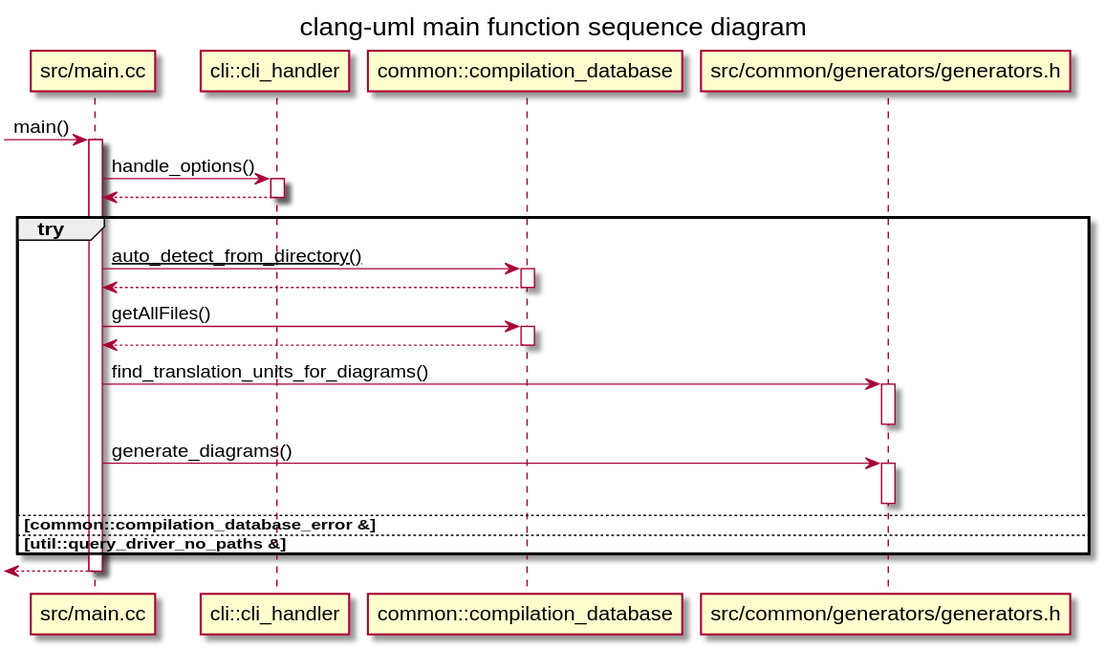
Earlier version of the PlantUML export main_sequence.svg (clang-uml/clang-uml.github.io).
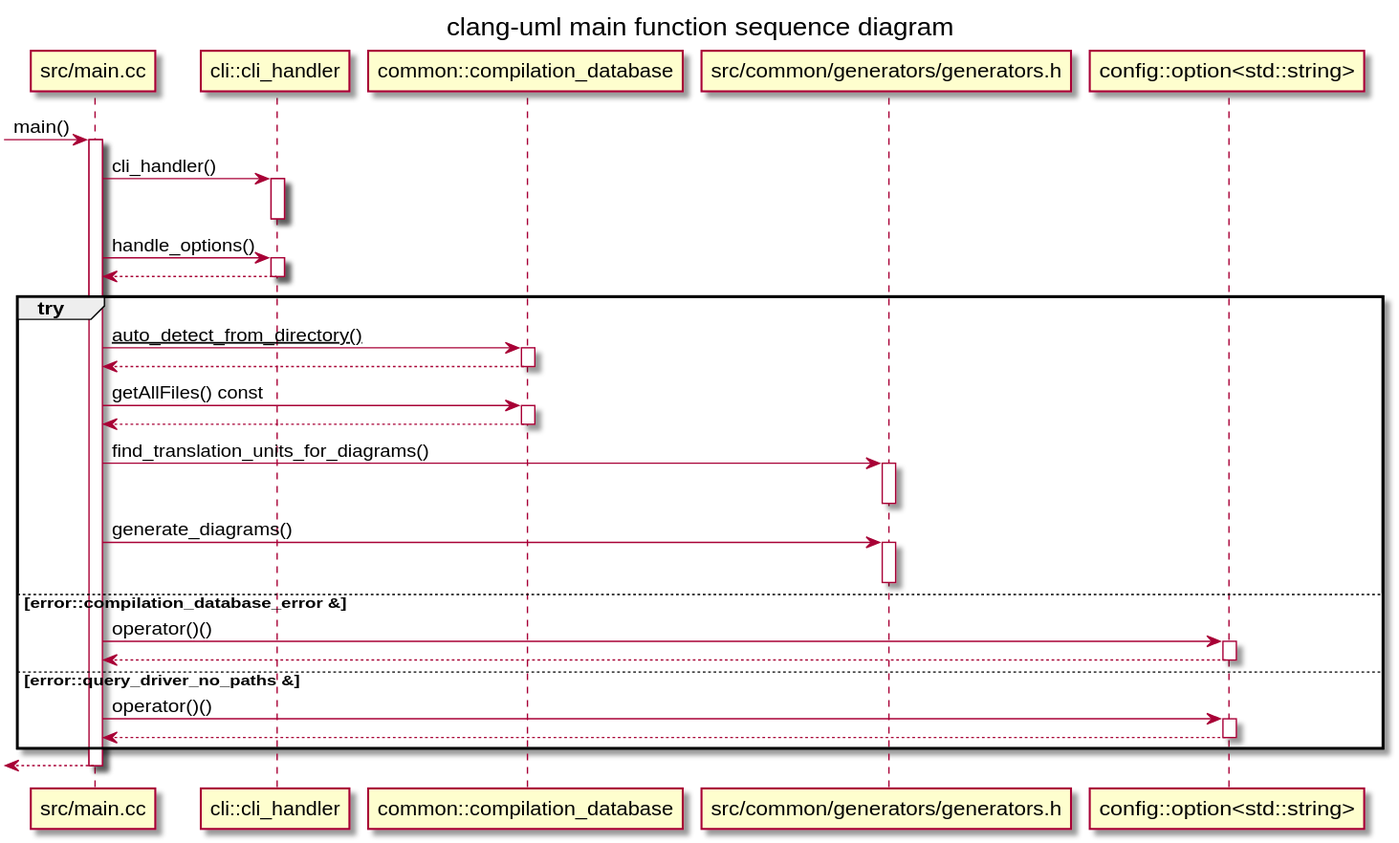
The same diagram one commit later.

What changed in the source:
```diff
@@ -4,6 +4,9 @@
 [-> C_0000733886930267244399 : main()
 activate C_0000733886930267244399
 participant "cli::cli_handler" as C_0002292468283229753520 [[{Command line options handler}]]
+C_0000733886930267244399 -> C_0002292468283229753520 [[{}]] : cli_handler()
+activate C_0002292468283229753520
+deactivate C_0002292468283229753520
 C_0000733886930267244399 -> C_0002292468283229753520 [[{}]] : handle_options()
 activate C_0002292468283229753520
 C_0002292468283229753520 --> C_0000733886930267244399
@@ -14,7 +17,7 @@
 activate C_0000597104457503221480
 C_0000597104457503221480 --> C_0000733886930267244399
 deactivate C_0000597104457503221480
-C_0000733886930267244399 -> C_0000597104457503221480 [[{}]] : getAllFiles()
+C_0000733886930267244399 -> C_0000597104457503221480 [[{}]] : getAllFiles() const
 activate C_0000597104457503221480
 C_0000597104457503221480 --> C_0000733886930267244399
 deactivate C_0000597104457503221480
@@ -25,8 +28,17 @@
 C_0000733886930267244399 -> C_0001922032904512424723 [[{}]] : generate_diagrams()
 activate C_0001922032904512424723
 deactivate C_0001922032904512424723
-else common::compilation_database_error &
-else util::query_driver_no_paths &
+else error::compilation_database_error &
+participant "config::option<std::string>" as C_0000642633971187128378 [[{option}]]
+C_0000733886930267244399 -> C_0000642633971187128378 [[{}]] : operator()()
+activate C_0000642633971187128378
+C_0000642633971187128378 --> C_0000733886930267244399
+deactivate C_0000642633971187128378
+else error::query_driver_no_paths &
+C_0000733886930267244399 -> C_0000642633971187128378 [[{}]] : operator()()
+activate C_0000642633971187128378
+C_0000642633971187128378 --> C_0000733886930267244399
+deactivate C_0000642633971187128378
 end
 [<-- C_0000733886930267244399
 deactivate C_0000733886930267244399
```
